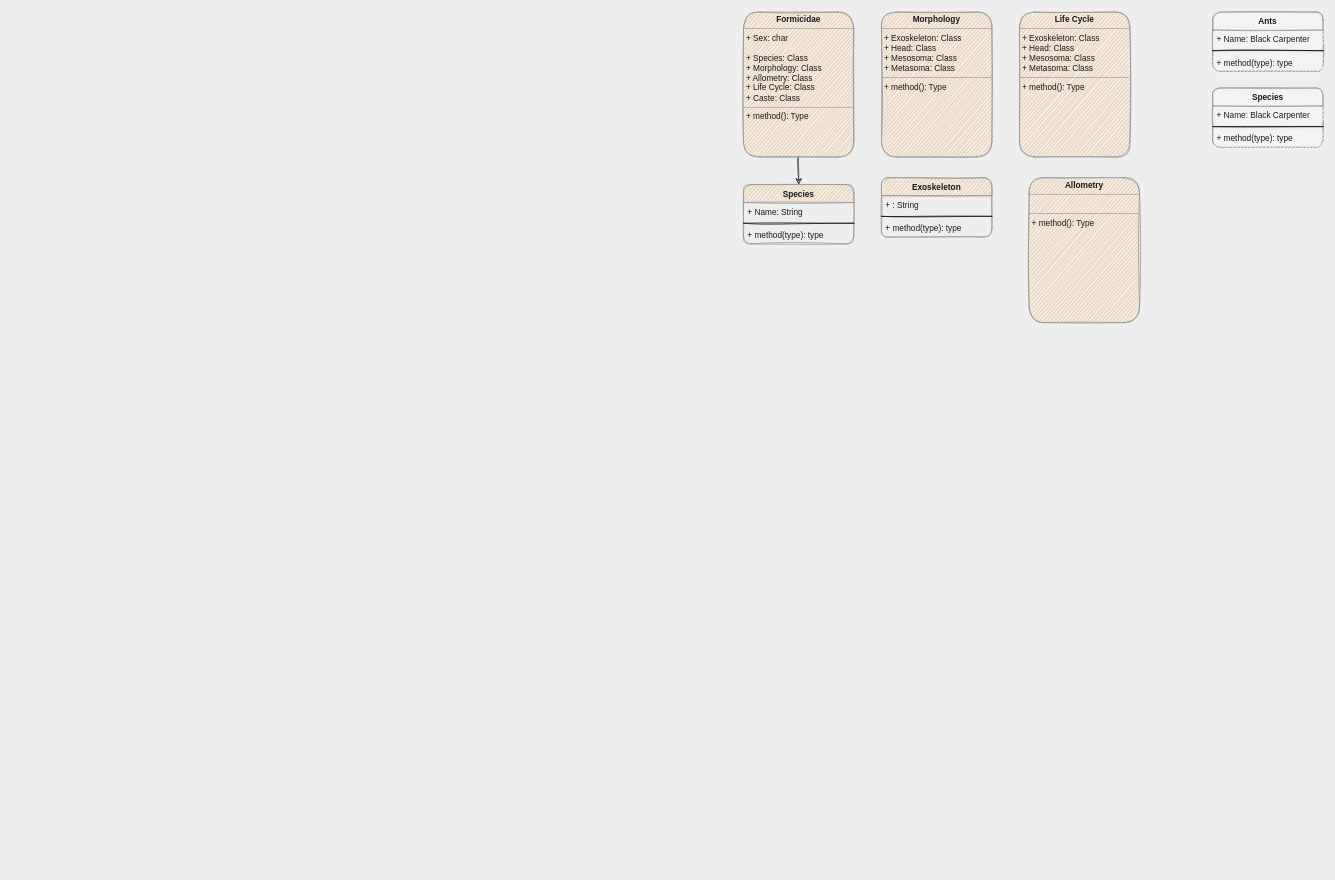
AshBC91/CCC-projects-portfolio keeps this draw.io diagram as CSCS2420_Java/AntColony/ant_class_diagram.drawio. Above is the earlier version. Source tidied: cells renumbered, new cells numbered last; positions are measured from the earlier drawing's top-left corner, leaving out a move shared by most shapes. Both pictures are drawn from the tidied source at 69%, with x=0, y=0 at pixel (743, 12).
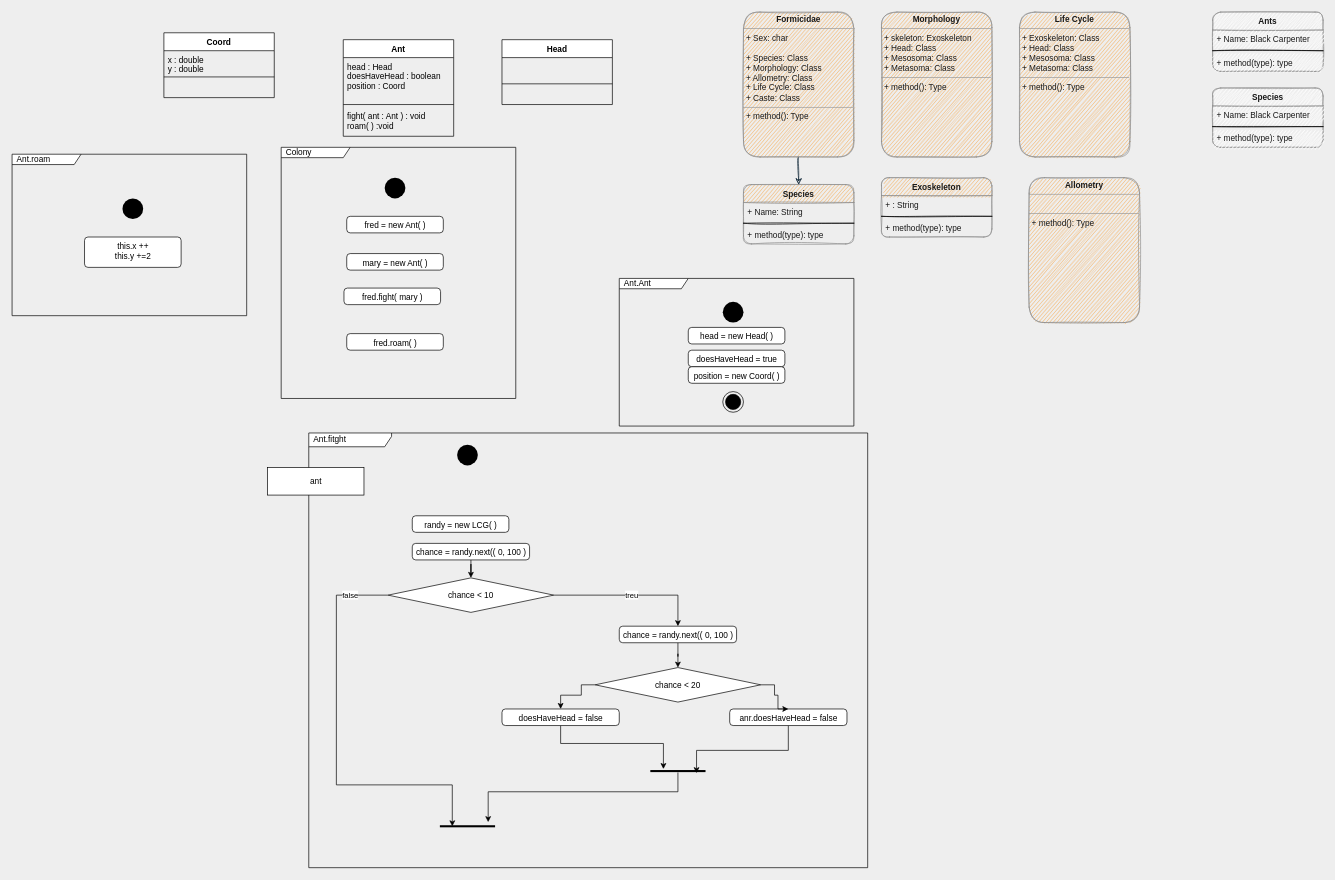
The same page after the edit.

Commit message:
joe added some examples

The edit, as a diff of the source:
```diff
@@
-    <mxCell id="16" value="&lt;p style=&quot;margin: 0px ; margin-top: 4px ; text-align: center&quot;&gt;&lt;b&gt;Morphology&lt;/b&gt;&lt;/p&gt;&lt;hr size=&quot;1&quot;&gt;&lt;p style=&quot;margin: 0px ; margin-left: 4px&quot;&gt;+ Exoskeleton: Class&lt;/p&gt;&lt;p style=&quot;margin: 0px ; margin-left: 4px&quot;&gt;+ Head: Class&lt;/p&gt;&lt;p style=&quot;margin: 0px ; margin-left: 4px&quot;&gt;+ Mesosoma: Class&lt;/p&gt;&lt;p style=&quot;margin: 0px ; margin-left: 4px&quot;&gt;+ Metasoma: Class&lt;/p&gt;&lt;hr size=&quot;1&quot;&gt;&lt;p style=&quot;margin: 0px ; margin-left: 4px&quot;&gt;+ method(): Type&lt;/p&gt;" style="verticalAlign=top;align=left;overflow=fill;fontSize=12;fontFamily=Helvetica;html=1;rounded=1;fillColor=#F5AB50;strokeColor=#909090;fontColor=#1A1A1A;sketch=1;fillStyle=auto;arcSize=14;" parent="1" vertex="1">
+    <mxCell id="16" value="&lt;p style=&quot;margin: 0px ; margin-top: 4px ; text-align: center&quot;&gt;&lt;b&gt;Morphology&lt;/b&gt;&lt;/p&gt;&lt;hr size=&quot;1&quot;&gt;&lt;p style=&quot;margin: 0px ; margin-left: 4px&quot;&gt;+ skeleton: Exoskeleton&lt;/p&gt;&lt;p style=&quot;margin: 0px ; margin-left: 4px&quot;&gt;+ Head: Class&lt;/p&gt;&lt;p style=&quot;margin: 0px ; margin-left: 4px&quot;&gt;+ Mesosoma: Class&lt;/p&gt;&lt;p style=&quot;margin: 0px ; margin-left: 4px&quot;&gt;+ Metasoma: Class&lt;/p&gt;&lt;hr size=&quot;1&quot;&gt;&lt;p style=&quot;margin: 0px ; margin-left: 4px&quot;&gt;+ method(): Type&lt;/p&gt;" style="verticalAlign=top;align=left;overflow=fill;fontSize=12;fontFamily=Helvetica;html=1;rounded=1;fillColor=#F5AB50;strokeColor=#909090;fontColor=#1A1A1A;sketch=1;fillStyle=auto;arcSize=14;" parent="1" vertex="1">
       <mxGeometry x="200" width="160" height="210" as="geometry" />
     </mxCell>
@@
+    <mxCell id="23" value="Ant" style="swimlane;fontStyle=1;align=center;verticalAlign=top;horizontal=1;startSize=26;" parent="1" vertex="1">
+      <mxGeometry x="-580" y="40" width="160" height="140" as="geometry" />
+    </mxCell>
+    <mxCell id="24" value="head : Head&#10;doesHaveHead : boolean&#10;position : Coord" style="text;strokeColor=none;fillColor=none;align=left;verticalAlign=top;spacingLeft=4;spacingRight=4;overflow=hidden;" parent="23" vertex="1">
+      <mxGeometry y="26" width="160" height="64" as="geometry" />
+    </mxCell>
+    <mxCell id="25" style="line;strokeWidth=1;fillColor=none;align=left;verticalAlign=middle;spacingTop=-1;spacingLeft=3;spacingRight=3;labelPosition=right;" parent="23" vertex="1">
+      <mxGeometry y="90" width="160" height="8" as="geometry" />
+    </mxCell>
+    <mxCell id="26" value="fight( ant : Ant ) : void&#10;roam( ) :void" style="text;strokeColor=none;fillColor=none;align=left;verticalAlign=top;spacingLeft=4;spacingRight=4;overflow=hidden;" parent="23" vertex="1">
+      <mxGeometry y="98" width="160" height="42" as="geometry" />
+    </mxCell>
+    <mxCell id="27" value="Colony" style="shape=umlFrame;whiteSpace=wrap;html=1;width=100;height=15;boundedLbl=1;verticalAlign=middle;align=left;spacingLeft=5;" parent="1" vertex="1">
+      <mxGeometry x="-670" y="196" width="340" height="364" as="geometry" />
+    </mxCell>
+    <mxCell id="28" style="ellipse;fillColor=#000000;strokeColor=none;" parent="1" vertex="1">
+      <mxGeometry x="-520" y="240" width="30" height="30" as="geometry" />
+    </mxCell>
+    <mxCell id="29" style="ellipse;html=1;shape=endState;fillColor=#000000;strokeColor=#000000;" parent="1" vertex="1">
+      <mxGeometry x="-30" y="550" width="30" height="30" as="geometry" />
+    </mxCell>
+    <mxCell id="30" value="fred = new Ant( )" style="html=1;align=center;verticalAlign=top;rounded=1;absoluteArcSize=1;arcSize=10;dashed=0;" parent="1" vertex="1">
+      <mxGeometry x="-575" y="296" width="140" height="24" as="geometry" />
+    </mxCell>
+    <mxCell id="31" value="Head" style="swimlane;fontStyle=1;align=center;verticalAlign=top;horizontal=1;startSize=26;" parent="1" vertex="1">
+      <mxGeometry x="-350" y="40" width="160" height="94" as="geometry" />
+    </mxCell>
+    <mxCell id="32" value="&#10;&#10;" style="text;strokeColor=none;fillColor=none;align=left;verticalAlign=top;spacingLeft=4;spacingRight=4;overflow=hidden;" parent="31" vertex="1">
+      <mxGeometry y="26" width="160" height="34" as="geometry" />
+    </mxCell>
+    <mxCell id="33" style="line;strokeWidth=1;fillColor=none;align=left;verticalAlign=middle;spacingTop=-1;spacingLeft=3;spacingRight=3;labelPosition=right;" parent="31" vertex="1">
+      <mxGeometry y="60" width="160" height="8" as="geometry" />
+    </mxCell>
+    <mxCell id="34" value="&#10;&#10;" style="text;strokeColor=none;fillColor=none;align=left;verticalAlign=top;spacingLeft=4;spacingRight=4;overflow=hidden;" parent="31" vertex="1">
+      <mxGeometry y="68" width="160" height="26" as="geometry" />
+    </mxCell>
+    <mxCell id="35" value="mary = new Ant( )" style="html=1;align=center;verticalAlign=top;rounded=1;absoluteArcSize=1;arcSize=10;dashed=0;" parent="1" vertex="1">
+      <mxGeometry x="-575" y="350" width="140" height="24" as="geometry" />
+    </mxCell>
+    <mxCell id="36" value="fred.fight( mary )" style="html=1;align=center;verticalAlign=top;rounded=1;absoluteArcSize=1;arcSize=10;dashed=0;" parent="1" vertex="1">
+      <mxGeometry x="-579" y="400" width="140" height="24" as="geometry" />
+    </mxCell>
+    <mxCell id="37" value="Ant.Ant" style="shape=umlFrame;whiteSpace=wrap;html=1;width=100;height=15;boundedLbl=1;verticalAlign=middle;align=left;spacingLeft=5;" parent="1" vertex="1">
+      <mxGeometry x="-180" y="386" width="340" height="214" as="geometry" />
+    </mxCell>
+    <mxCell id="38" style="ellipse;fillColor=#000000;strokeColor=none;" parent="1" vertex="1">
+      <mxGeometry x="-30" y="420" width="30" height="30" as="geometry" />
+    </mxCell>
+    <mxCell id="39" value="head = new Head( )" style="html=1;align=center;verticalAlign=top;rounded=1;absoluteArcSize=1;arcSize=10;dashed=0;" parent="1" vertex="1">
+      <mxGeometry x="-80" y="457" width="140" height="24" as="geometry" />
+    </mxCell>
+    <mxCell id="40" value="doesHaveHead = true" style="html=1;align=center;verticalAlign=top;rounded=1;absoluteArcSize=1;arcSize=10;dashed=0;" parent="1" vertex="1">
+      <mxGeometry x="-80" y="490" width="140" height="24" as="geometry" />
+    </mxCell>
+    <mxCell id="41" value="Ant.fitght" style="shape=umlFrame;whiteSpace=wrap;html=1;width=120;height=20;boundedLbl=1;verticalAlign=middle;align=left;spacingLeft=5;" parent="1" vertex="1">
+      <mxGeometry x="-630" y="610" width="810" height="630" as="geometry" />
+    </mxCell>
+    <mxCell id="42" style="ellipse;fillColor=#000000;strokeColor=none;" parent="1" vertex="1">
+      <mxGeometry x="-415" y="627" width="30" height="30" as="geometry" />
+    </mxCell>
+    <mxCell id="43" value="ant" style="html=1;align=center;verticalAlign=middle;rounded=0;absoluteArcSize=1;arcSize=10;dashed=0;" parent="1" vertex="1">
+      <mxGeometry x="-690" y="660" width="140" height="40" as="geometry" />
+    </mxCell>
+    <mxCell id="44" style="edgeStyle=orthogonalEdgeStyle;rounded=0;jettySize=auto;html=1;entryX=1.5;entryY=0.163;entryDx=0;entryDy=0;entryPerimeter=0;" parent="1" edge="1" source="45" target="55">
+      <mxGeometry relative="1" as="geometry">
+        <Array as="points">
+          <mxPoint x="65" y="1070" />
+          <mxPoint x="-68" y="1070" />
+        </Array>
+      </mxGeometry>
+    </mxCell>
+    <mxCell id="45" value="anr.doesHaveHead = false" style="html=1;align=center;verticalAlign=top;rounded=1;absoluteArcSize=1;arcSize=10;dashed=0;" parent="1" vertex="1">
+      <mxGeometry x="-20" y="1010" width="170" height="24" as="geometry" />
+    </mxCell>
+    <mxCell id="46" style="edgeStyle=orthogonalEdgeStyle;rounded=0;jettySize=auto;html=1;entryX=0.5;entryY=0;entryDx=0;entryDy=0;" parent="1" edge="1" source="48" target="45">
+      <mxGeometry relative="1" as="geometry">
+        <Array as="points">
+          <mxPoint x="45" y="975" />
+          <mxPoint x="45" y="990" />
+          <mxPoint x="50" y="990" />
+        </Array>
+      </mxGeometry>
+    </mxCell>
+    <mxCell id="47" style="edgeStyle=orthogonalEdgeStyle;rounded=0;jettySize=auto;html=1;entryX=0.5;entryY=0;entryDx=0;entryDy=0;" parent="1" edge="1" source="48" target="53">
+      <mxGeometry relative="1" as="geometry">
+        <Array as="points">
+          <mxPoint x="-235" y="975" />
+          <mxPoint x="-235" y="990" />
+          <mxPoint x="-265" y="990" />
+        </Array>
+      </mxGeometry>
+    </mxCell>
+    <mxCell id="48" value="chance &lt; 20" style="rhombus;" parent="1" vertex="1">
+      <mxGeometry x="-215" y="950" width="240" height="50" as="geometry" />
+    </mxCell>
+    <mxCell id="49" value="randy = new LCG( )" style="html=1;align=center;verticalAlign=top;rounded=1;absoluteArcSize=1;arcSize=10;dashed=0;" parent="1" vertex="1">
+      <mxGeometry x="-480" y="730" width="140" height="24" as="geometry" />
+    </mxCell>
+    <mxCell id="50" style="edgeStyle=orthogonalEdgeStyle;rounded=0;jettySize=auto;html=1;entryX=0.5;entryY=0;entryDx=0;entryDy=0;" parent="1" edge="1" source="51" target="58">
+      <mxGeometry relative="1" as="geometry" />
+    </mxCell>
+    <mxCell id="51" value="chance = randy.next(( 0, 100 )" style="html=1;align=center;verticalAlign=top;rounded=1;absoluteArcSize=1;arcSize=10;dashed=0;" parent="1" vertex="1">
+      <mxGeometry x="-480" y="770" width="170" height="24" as="geometry" />
+    </mxCell>
+    <mxCell id="52" style="edgeStyle=orthogonalEdgeStyle;rounded=0;jettySize=auto;html=1;entryX=-0.5;entryY=0.763;entryDx=0;entryDy=0;entryPerimeter=0;" parent="1" edge="1" source="53" target="55">
+      <mxGeometry relative="1" as="geometry">
+        <Array as="points">
+          <mxPoint x="-265" y="1060" />
+          <mxPoint x="-116" y="1060" />
+        </Array>
+      </mxGeometry>
+    </mxCell>
+    <mxCell id="53" value="doesHaveHead = false" style="html=1;align=center;verticalAlign=top;rounded=1;absoluteArcSize=1;arcSize=10;dashed=0;" parent="1" vertex="1">
+      <mxGeometry x="-350" y="1010" width="170" height="24" as="geometry" />
+    </mxCell>
+    <mxCell id="54" style="edgeStyle=orthogonalEdgeStyle;rounded=0;jettySize=auto;html=1;entryX=-1.5;entryY=0.125;entryDx=0;entryDy=0;entryPerimeter=0;exitX=1.167;exitY=0.5;exitDx=0;exitDy=0;exitPerimeter=0;" parent="1" edge="1" source="55" target="61">
+      <mxGeometry relative="1" as="geometry">
+        <Array as="points">
+          <mxPoint x="-95" y="1130" />
+          <mxPoint x="-370" y="1130" />
+        </Array>
+      </mxGeometry>
+    </mxCell>
+    <mxCell id="55" style="html=1;points=[];perimeter=orthogonalPerimeter;fillColor=#000000;strokeColor=none;rotation=90;" parent="1" vertex="1">
+      <mxGeometry x="-96.5" y="1060" width="3" height="80" as="geometry" />
+    </mxCell>
+    <mxCell id="56" value="treu" style="edgeStyle=orthogonalEdgeStyle;rounded=0;jettySize=auto;html=1;entryX=0.5;entryY=0;entryDx=0;entryDy=0;" parent="1" edge="1" source="58" target="60">
+      <mxGeometry relative="1" as="geometry" />
+    </mxCell>
+    <mxCell id="57" value="false" style="edgeStyle=orthogonalEdgeStyle;rounded=0;jettySize=auto;html=1;entryX=0.5;entryY=0.775;entryDx=0;entryDy=0;entryPerimeter=0;" parent="1" edge="1" source="58" target="61">
+      <mxGeometry x="-0.81" relative="1" as="geometry">
+        <Array as="points">
+          <mxPoint x="-590" y="845" />
+          <mxPoint x="-590" y="1120" />
+          <mxPoint x="-422" y="1120" />
+        </Array>
+      </mxGeometry>
+    </mxCell>
+    <mxCell id="58" value="chance &lt; 10" style="rhombus;" parent="1" vertex="1">
+      <mxGeometry x="-515" y="820" width="240" height="50" as="geometry" />
+    </mxCell>
+    <mxCell id="59" style="edgeStyle=orthogonalEdgeStyle;rounded=0;jettySize=auto;html=1;entryX=0.5;entryY=0;entryDx=0;entryDy=0;" parent="1" edge="1" source="60" target="48">
+      <mxGeometry relative="1" as="geometry" />
+    </mxCell>
+    <mxCell id="60" value="chance = randy.next(( 0, 100 )" style="html=1;align=center;verticalAlign=top;rounded=1;absoluteArcSize=1;arcSize=10;dashed=0;" parent="1" vertex="1">
+      <mxGeometry x="-180" y="890" width="170" height="24" as="geometry" />
+    </mxCell>
+    <mxCell id="61" style="html=1;points=[];perimeter=orthogonalPerimeter;fillColor=#000000;strokeColor=none;rotation=90;" parent="1" vertex="1">
+      <mxGeometry x="-401.5" y="1140" width="3" height="80" as="geometry" />
+    </mxCell>
+    <mxCell id="62" value="Coord" style="swimlane;fontStyle=1;align=center;verticalAlign=top;horizontal=1;startSize=26;" parent="1" vertex="1">
+      <mxGeometry x="-840" y="30" width="160" height="94" as="geometry" />
+    </mxCell>
+    <mxCell id="63" value="x : double&#10;y : double" style="text;strokeColor=none;fillColor=none;align=left;verticalAlign=top;spacingLeft=4;spacingRight=4;overflow=hidden;" parent="62" vertex="1">
+      <mxGeometry y="26" width="160" height="34" as="geometry" />
+    </mxCell>
+    <mxCell id="64" style="line;strokeWidth=1;fillColor=none;align=left;verticalAlign=middle;spacingTop=-1;spacingLeft=3;spacingRight=3;labelPosition=right;" parent="62" vertex="1">
+      <mxGeometry y="60" width="160" height="8" as="geometry" />
+    </mxCell>
+    <mxCell id="65" value="&#10;&#10;" style="text;strokeColor=none;fillColor=none;align=left;verticalAlign=top;spacingLeft=4;spacingRight=4;overflow=hidden;" parent="62" vertex="1">
+      <mxGeometry y="68" width="160" height="26" as="geometry" />
+    </mxCell>
+    <mxCell id="66" value="Ant.roam" style="shape=umlFrame;whiteSpace=wrap;html=1;width=100;height=15;boundedLbl=1;verticalAlign=middle;align=left;spacingLeft=5;" parent="1" vertex="1">
+      <mxGeometry x="-1060" y="206" width="340" height="234" as="geometry" />
+    </mxCell>
+    <mxCell id="67" style="ellipse;fillColor=#000000;strokeColor=none;" parent="1" vertex="1">
+      <mxGeometry x="-900" y="270" width="30" height="30" as="geometry" />
+    </mxCell>
+    <mxCell id="68" value="this.x ++&lt;br&gt;this.y +=2" style="html=1;align=center;verticalAlign=top;rounded=1;absoluteArcSize=1;arcSize=10;dashed=0;" parent="1" vertex="1">
+      <mxGeometry x="-955" y="326" width="140" height="44" as="geometry" />
+    </mxCell>
+    <mxCell id="69" value="fred.roam( )" style="html=1;align=center;verticalAlign=top;rounded=1;absoluteArcSize=1;arcSize=10;dashed=0;" parent="1" vertex="1">
+      <mxGeometry x="-575" y="466" width="140" height="24" as="geometry" />
+    </mxCell>
+    <mxCell id="70" value="position = new Coord( )" style="html=1;align=center;verticalAlign=top;rounded=1;absoluteArcSize=1;arcSize=10;dashed=0;" parent="1" vertex="1">
+      <mxGeometry x="-80" y="514" width="140" height="24" as="geometry" />
+    </mxCell>
```
